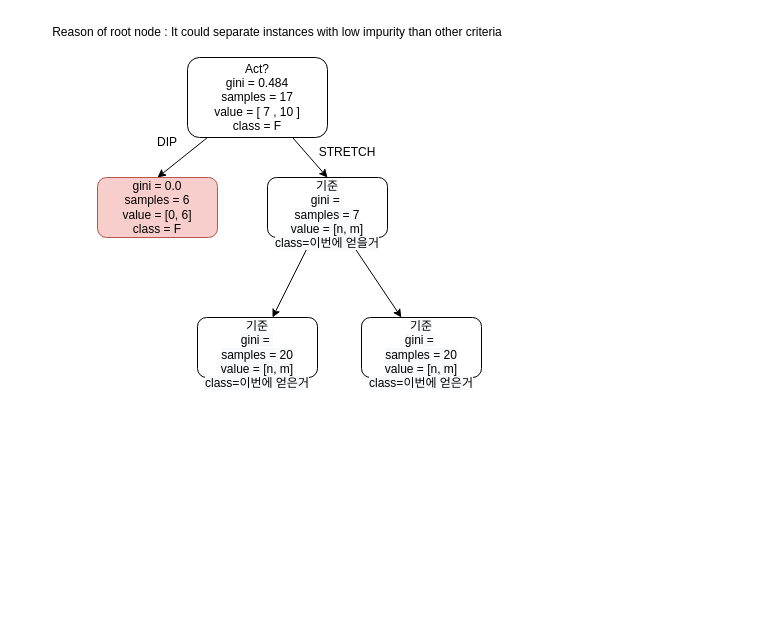
This is Untitled Diagram.drawio from tlfzgjadyd/MachineLearning, a draw.io file, before an edit. Source tidied: cells renumbered, new cells numbered last; positions are measured from the earlier drawing's top-left corner, leaving out a move shared by most shapes. Both pictures are drawn from the tidied source at 100%, with x=0, y=0 at pixel (17, 17).
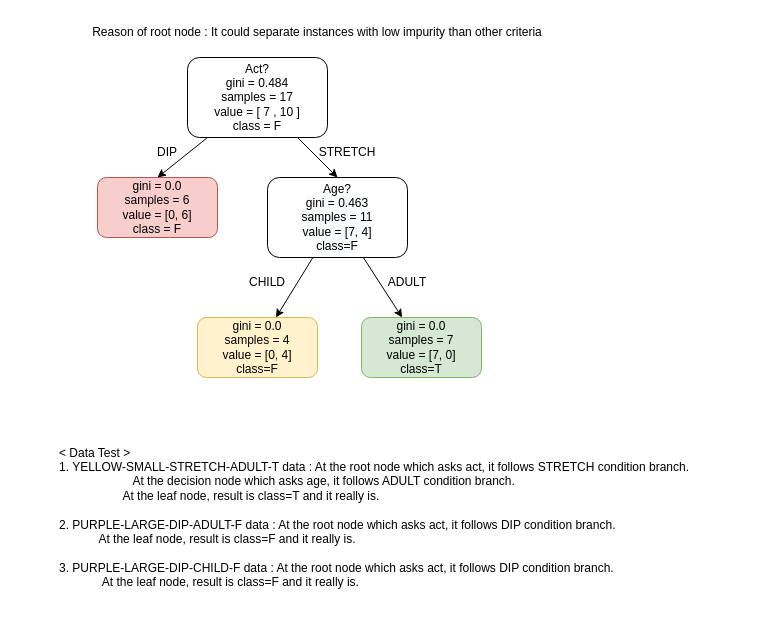
The same page after the edit.

Change to the diagram source:
```diff
@@
 <mxGraphModel>
   <root>
     <mxCell id="0" />
     <mxCell id="1" parent="0" />
     <mxCell id="2" value="Act?&lt;br&gt;gini = 0.484&lt;br&gt;samples = 17&lt;br&gt;value = [ 7 , 10 ]&lt;br&gt;class = F" style="rounded=1;whiteSpace=wrap;html=1;" parent="1" vertex="1">
       <mxGeometry x="170" y="40" width="140" height="80" as="geometry" />
     </mxCell>
     <mxCell id="3" style="endArrow=classic;html=1;rounded=0;" parent="1" edge="1" source="9" target="7">
       <mxGeometry relative="1" as="geometry" />
     </mxCell>
     <mxCell id="4" style="endArrow=classic;html=1;rounded=0;" parent="1" edge="1" source="9" target="8">
       <mxGeometry relative="1" as="geometry" />
     </mxCell>
     <mxCell id="5" style="endArrow=classic;html=1;rounded=0;entryX=0.5;entryY=0;entryDx=0;entryDy=0;" parent="1" edge="1" source="2" target="9">
       <mxGeometry relative="1" as="geometry" />
     </mxCell>
     <mxCell id="6" style="endArrow=classic;html=1;rounded=0;entryX=0.5;entryY=0;entryDx=0;entryDy=0;" parent="1" edge="1" source="2" target="10">
       <mxGeometry relative="1" as="geometry" />
     </mxCell>
-    <mxCell id="7" value="&lt;br&gt;&lt;br&gt;&lt;span style=&quot;color: rgb(0 , 0 , 0) ; font-family: &amp;#34;helvetica&amp;#34; ; font-size: 12px ; font-style: normal ; font-weight: 400 ; letter-spacing: normal ; text-align: center ; text-indent: 0px ; text-transform: none ; word-spacing: 0px ; background-color: rgb(248 , 249 , 250) ; display: inline ; float: none&quot;&gt;기준&lt;/span&gt;&lt;br style=&quot;color: rgb(0 , 0 , 0) ; font-family: &amp;#34;helvetica&amp;#34; ; font-size: 12px ; font-style: normal ; font-weight: 400 ; letter-spacing: normal ; text-align: center ; text-indent: 0px ; text-transform: none ; word-spacing: 0px ; background-color: rgb(248 , 249 , 250)&quot;&gt;&lt;span style=&quot;color: rgb(0 , 0 , 0) ; font-family: &amp;#34;helvetica&amp;#34; ; font-size: 12px ; font-style: normal ; font-weight: 400 ; letter-spacing: normal ; text-align: center ; text-indent: 0px ; text-transform: none ; word-spacing: 0px ; background-color: rgb(248 , 249 , 250) ; display: inline ; float: none&quot;&gt;gini =&amp;nbsp;&lt;/span&gt;&lt;br style=&quot;color: rgb(0 , 0 , 0) ; font-family: &amp;#34;helvetica&amp;#34; ; font-size: 12px ; font-style: normal ; font-weight: 400 ; letter-spacing: normal ; text-align: center ; text-indent: 0px ; text-transform: none ; word-spacing: 0px ; background-color: rgb(248 , 249 , 250)&quot;&gt;&lt;span style=&quot;color: rgb(0 , 0 , 0) ; font-family: &amp;#34;helvetica&amp;#34; ; font-size: 12px ; font-style: normal ; font-weight: 400 ; letter-spacing: normal ; text-align: center ; text-indent: 0px ; text-transform: none ; word-spacing: 0px ; background-color: rgb(248 , 249 , 250) ; display: inline ; float: none&quot;&gt;samples = 20&lt;/span&gt;&lt;br style=&quot;color: rgb(0 , 0 , 0) ; font-family: &amp;#34;helvetica&amp;#34; ; font-size: 12px ; font-style: normal ; font-weight: 400 ; letter-spacing: normal ; text-align: center ; text-indent: 0px ; text-transform: none ; word-spacing: 0px ; background-color: rgb(248 , 249 , 250)&quot;&gt;&lt;span style=&quot;color: rgb(0 , 0 , 0) ; font-family: &amp;#34;helvetica&amp;#34; ; font-size: 12px ; font-style: normal ; font-weight: 400 ; letter-spacing: normal ; text-align: center ; text-indent: 0px ; text-transform: none ; word-spacing: 0px ; background-color: rgb(248 , 249 , 250) ; display: inline ; float: none&quot;&gt;value = [n, m]&lt;/span&gt;&lt;br style=&quot;color: rgb(0 , 0 , 0) ; font-family: &amp;#34;helvetica&amp;#34; ; font-size: 12px ; font-style: normal ; font-weight: 400 ; letter-spacing: normal ; text-align: center ; text-indent: 0px ; text-transform: none ; word-spacing: 0px ; background-color: rgb(248 , 249 , 250)&quot;&gt;&lt;span style=&quot;color: rgb(0 , 0 , 0) ; font-family: &amp;#34;helvetica&amp;#34; ; font-size: 12px ; font-style: normal ; font-weight: 400 ; letter-spacing: normal ; text-align: center ; text-indent: 0px ; text-transform: none ; word-spacing: 0px ; background-color: rgb(248 , 249 , 250) ; display: inline ; float: none&quot;&gt;class=이번에 얻은거&lt;/span&gt;&lt;br style=&quot;color: rgb(0 , 0 , 0) ; font-family: &amp;#34;helvetica&amp;#34; ; font-size: 12px ; font-style: normal ; font-weight: 400 ; letter-spacing: normal ; text-align: center ; text-indent: 0px ; text-transform: none ; word-spacing: 0px ; background-color: rgb(248 , 249 , 250)&quot;&gt;&lt;br&gt;" style="rounded=1;whiteSpace=wrap;html=1;" parent="1" vertex="1">
+    <mxCell id="7" value="&lt;span style=&quot;color: rgb(0 , 0 , 0) ; font-family: &amp;#34;helvetica&amp;#34; ; font-size: 12px ; font-style: normal ; font-weight: 400 ; letter-spacing: normal ; text-align: center ; text-indent: 0px ; text-transform: none ; word-spacing: 0px ; display: inline ; float: none&quot;&gt;gini = 0.0&lt;br&gt;&lt;/span&gt;&lt;span style=&quot;color: rgb(0 , 0 , 0) ; font-family: &amp;#34;helvetica&amp;#34; ; font-size: 12px ; font-style: normal ; font-weight: 400 ; letter-spacing: normal ; text-align: center ; text-indent: 0px ; text-transform: none ; word-spacing: 0px ; display: inline ; float: none&quot;&gt;samples = 4&lt;/span&gt;&lt;br style=&quot;color: rgb(0 , 0 , 0) ; font-family: &amp;#34;helvetica&amp;#34; ; font-size: 12px ; font-style: normal ; font-weight: 400 ; letter-spacing: normal ; text-align: center ; text-indent: 0px ; text-transform: none ; word-spacing: 0px&quot;&gt;&lt;span style=&quot;color: rgb(0 , 0 , 0) ; font-family: &amp;#34;helvetica&amp;#34; ; font-size: 12px ; font-style: normal ; font-weight: 400 ; letter-spacing: normal ; text-align: center ; text-indent: 0px ; text-transform: none ; word-spacing: 0px ; display: inline ; float: none&quot;&gt;value = [0, 4]&lt;/span&gt;&lt;br style=&quot;color: rgb(0 , 0 , 0) ; font-family: &amp;#34;helvetica&amp;#34; ; font-size: 12px ; font-style: normal ; font-weight: 400 ; letter-spacing: normal ; text-align: center ; text-indent: 0px ; text-transform: none ; word-spacing: 0px&quot;&gt;&lt;span style=&quot;color: rgb(0 , 0 , 0) ; font-family: &amp;#34;helvetica&amp;#34; ; font-size: 12px ; font-style: normal ; font-weight: 400 ; letter-spacing: normal ; text-align: center ; text-indent: 0px ; text-transform: none ; word-spacing: 0px ; display: inline ; float: none&quot;&gt;class=F&lt;/span&gt;" style="rounded=1;whiteSpace=wrap;html=1;fillColor=#fff2cc;strokeColor=#d6b656;" parent="1" vertex="1">
       <mxGeometry x="180" y="300" width="120" height="60" as="geometry" />
     </mxCell>
-    <mxCell id="8" value="&lt;br&gt;&lt;br&gt;&lt;span style=&quot;color: rgb(0 , 0 , 0) ; font-family: &amp;#34;helvetica&amp;#34; ; font-size: 12px ; font-style: normal ; font-weight: 400 ; letter-spacing: normal ; text-align: center ; text-indent: 0px ; text-transform: none ; word-spacing: 0px ; background-color: rgb(248 , 249 , 250) ; display: inline ; float: none&quot;&gt;기준&lt;/span&gt;&lt;br style=&quot;color: rgb(0 , 0 , 0) ; font-family: &amp;#34;helvetica&amp;#34; ; font-size: 12px ; font-style: normal ; font-weight: 400 ; letter-spacing: normal ; text-align: center ; text-indent: 0px ; text-transform: none ; word-spacing: 0px ; background-color: rgb(248 , 249 , 250)&quot;&gt;&lt;span style=&quot;color: rgb(0 , 0 , 0) ; font-family: &amp;#34;helvetica&amp;#34; ; font-size: 12px ; font-style: normal ; font-weight: 400 ; letter-spacing: normal ; text-align: center ; text-indent: 0px ; text-transform: none ; word-spacing: 0px ; background-color: rgb(248 , 249 , 250) ; display: inline ; float: none&quot;&gt;gini =&amp;nbsp;&lt;/span&gt;&lt;br style=&quot;color: rgb(0 , 0 , 0) ; font-family: &amp;#34;helvetica&amp;#34; ; font-size: 12px ; font-style: normal ; font-weight: 400 ; letter-spacing: normal ; text-align: center ; text-indent: 0px ; text-transform: none ; word-spacing: 0px ; background-color: rgb(248 , 249 , 250)&quot;&gt;&lt;span style=&quot;color: rgb(0 , 0 , 0) ; font-family: &amp;#34;helvetica&amp;#34; ; font-size: 12px ; font-style: normal ; font-weight: 400 ; letter-spacing: normal ; text-align: center ; text-indent: 0px ; text-transform: none ; word-spacing: 0px ; background-color: rgb(248 , 249 , 250) ; display: inline ; float: none&quot;&gt;samples = 20&lt;/span&gt;&lt;br style=&quot;color: rgb(0 , 0 , 0) ; font-family: &amp;#34;helvetica&amp;#34; ; font-size: 12px ; font-style: normal ; font-weight: 400 ; letter-spacing: normal ; text-align: center ; text-indent: 0px ; text-transform: none ; word-spacing: 0px ; background-color: rgb(248 , 249 , 250)&quot;&gt;&lt;span style=&quot;color: rgb(0 , 0 , 0) ; font-family: &amp;#34;helvetica&amp;#34; ; font-size: 12px ; font-style: normal ; font-weight: 400 ; letter-spacing: normal ; text-align: center ; text-indent: 0px ; text-transform: none ; word-spacing: 0px ; background-color: rgb(248 , 249 , 250) ; display: inline ; float: none&quot;&gt;value = [n, m]&lt;/span&gt;&lt;br style=&quot;color: rgb(0 , 0 , 0) ; font-family: &amp;#34;helvetica&amp;#34; ; font-size: 12px ; font-style: normal ; font-weight: 400 ; letter-spacing: normal ; text-align: center ; text-indent: 0px ; text-transform: none ; word-spacing: 0px ; background-color: rgb(248 , 249 , 250)&quot;&gt;&lt;span style=&quot;color: rgb(0 , 0 , 0) ; font-family: &amp;#34;helvetica&amp;#34; ; font-size: 12px ; font-style: normal ; font-weight: 400 ; letter-spacing: normal ; text-align: center ; text-indent: 0px ; text-transform: none ; word-spacing: 0px ; background-color: rgb(248 , 249 , 250) ; display: inline ; float: none&quot;&gt;class=이번에 얻은거&lt;/span&gt;&lt;br style=&quot;color: rgb(0 , 0 , 0) ; font-family: &amp;#34;helvetica&amp;#34; ; font-size: 12px ; font-style: normal ; font-weight: 400 ; letter-spacing: normal ; text-align: center ; text-indent: 0px ; text-transform: none ; word-spacing: 0px ; background-color: rgb(248 , 249 , 250)&quot;&gt;&lt;br&gt;" style="rounded=1;whiteSpace=wrap;html=1;" parent="1" vertex="1">
+    <mxCell id="8" value="&lt;span style=&quot;color: rgb(0 , 0 , 0) ; font-family: &amp;#34;helvetica&amp;#34; ; font-size: 12px ; font-style: normal ; font-weight: 400 ; letter-spacing: normal ; text-align: center ; text-indent: 0px ; text-transform: none ; word-spacing: 0px ; display: inline ; float: none&quot;&gt;gini = 0.0&lt;br&gt;&lt;/span&gt;&lt;span style=&quot;color: rgb(0 , 0 , 0) ; font-family: &amp;#34;helvetica&amp;#34; ; font-size: 12px ; font-style: normal ; font-weight: 400 ; letter-spacing: normal ; text-align: center ; text-indent: 0px ; text-transform: none ; word-spacing: 0px ; display: inline ; float: none&quot;&gt;samples = 7&lt;/span&gt;&lt;br style=&quot;color: rgb(0 , 0 , 0) ; font-family: &amp;#34;helvetica&amp;#34; ; font-size: 12px ; font-style: normal ; font-weight: 400 ; letter-spacing: normal ; text-align: center ; text-indent: 0px ; text-transform: none ; word-spacing: 0px&quot;&gt;&lt;span style=&quot;color: rgb(0 , 0 , 0) ; font-family: &amp;#34;helvetica&amp;#34; ; font-size: 12px ; font-style: normal ; font-weight: 400 ; letter-spacing: normal ; text-align: center ; text-indent: 0px ; text-transform: none ; word-spacing: 0px ; display: inline ; float: none&quot;&gt;value = [7, 0]&lt;/span&gt;&lt;br style=&quot;color: rgb(0 , 0 , 0) ; font-family: &amp;#34;helvetica&amp;#34; ; font-size: 12px ; font-style: normal ; font-weight: 400 ; letter-spacing: normal ; text-align: center ; text-indent: 0px ; text-transform: none ; word-spacing: 0px&quot;&gt;&lt;span style=&quot;color: rgb(0 , 0 , 0) ; font-family: &amp;#34;helvetica&amp;#34; ; font-size: 12px ; font-style: normal ; font-weight: 400 ; letter-spacing: normal ; text-align: center ; text-indent: 0px ; text-transform: none ; word-spacing: 0px ; display: inline ; float: none&quot;&gt;class=T&lt;/span&gt;" style="rounded=1;whiteSpace=wrap;html=1;fillColor=#d5e8d4;strokeColor=#82b366;" parent="1" vertex="1">
       <mxGeometry x="344" y="300" width="120" height="60" as="geometry" />
     </mxCell>
-    <mxCell id="9" value="&lt;br&gt;&lt;br&gt;&lt;span style=&quot;color: rgb(0 , 0 , 0) ; font-family: &amp;#34;helvetica&amp;#34; ; font-size: 12px ; font-style: normal ; font-weight: 400 ; letter-spacing: normal ; text-align: center ; text-indent: 0px ; text-transform: none ; word-spacing: 0px ; background-color: rgb(248 , 249 , 250) ; display: inline ; float: none&quot;&gt;기준&lt;/span&gt;&lt;br style=&quot;color: rgb(0 , 0 , 0) ; font-family: &amp;#34;helvetica&amp;#34; ; font-size: 12px ; font-style: normal ; font-weight: 400 ; letter-spacing: normal ; text-align: center ; text-indent: 0px ; text-transform: none ; word-spacing: 0px ; background-color: rgb(248 , 249 , 250)&quot;&gt;&lt;span style=&quot;color: rgb(0 , 0 , 0) ; font-family: &amp;#34;helvetica&amp;#34; ; font-size: 12px ; font-style: normal ; font-weight: 400 ; letter-spacing: normal ; text-align: center ; text-indent: 0px ; text-transform: none ; word-spacing: 0px ; background-color: rgb(248 , 249 , 250) ; display: inline ; float: none&quot;&gt;gini =&amp;nbsp;&lt;/span&gt;&lt;br style=&quot;color: rgb(0 , 0 , 0) ; font-family: &amp;#34;helvetica&amp;#34; ; font-size: 12px ; font-style: normal ; font-weight: 400 ; letter-spacing: normal ; text-align: center ; text-indent: 0px ; text-transform: none ; word-spacing: 0px ; background-color: rgb(248 , 249 , 250)&quot;&gt;&lt;span style=&quot;color: rgb(0 , 0 , 0) ; font-family: &amp;#34;helvetica&amp;#34; ; font-size: 12px ; font-style: normal ; font-weight: 400 ; letter-spacing: normal ; text-align: center ; text-indent: 0px ; text-transform: none ; word-spacing: 0px ; background-color: rgb(248 , 249 , 250) ; display: inline ; float: none&quot;&gt;samples = 7&lt;/span&gt;&lt;br style=&quot;color: rgb(0 , 0 , 0) ; font-family: &amp;#34;helvetica&amp;#34; ; font-size: 12px ; font-style: normal ; font-weight: 400 ; letter-spacing: normal ; text-align: center ; text-indent: 0px ; text-transform: none ; word-spacing: 0px ; background-color: rgb(248 , 249 , 250)&quot;&gt;&lt;span style=&quot;color: rgb(0 , 0 , 0) ; font-family: &amp;#34;helvetica&amp;#34; ; font-size: 12px ; font-style: normal ; font-weight: 400 ; letter-spacing: normal ; text-align: center ; text-indent: 0px ; text-transform: none ; word-spacing: 0px ; background-color: rgb(248 , 249 , 250) ; display: inline ; float: none&quot;&gt;value = [n, m]&lt;/span&gt;&lt;br style=&quot;color: rgb(0 , 0 , 0) ; font-family: &amp;#34;helvetica&amp;#34; ; font-size: 12px ; font-style: normal ; font-weight: 400 ; letter-spacing: normal ; text-align: center ; text-indent: 0px ; text-transform: none ; word-spacing: 0px ; background-color: rgb(248 , 249 , 250)&quot;&gt;&lt;span style=&quot;color: rgb(0 , 0 , 0) ; font-family: &amp;#34;helvetica&amp;#34; ; font-size: 12px ; font-style: normal ; font-weight: 400 ; letter-spacing: normal ; text-align: center ; text-indent: 0px ; text-transform: none ; word-spacing: 0px ; background-color: rgb(248 , 249 , 250) ; display: inline ; float: none&quot;&gt;class=이번에 얻을거&lt;/span&gt;&lt;br style=&quot;color: rgb(0 , 0 , 0) ; font-family: &amp;#34;helvetica&amp;#34; ; font-size: 12px ; font-style: normal ; font-weight: 400 ; letter-spacing: normal ; text-align: center ; text-indent: 0px ; text-transform: none ; word-spacing: 0px ; background-color: rgb(248 , 249 , 250)&quot;&gt;&lt;br&gt;" style="rounded=1;whiteSpace=wrap;html=1;" parent="1" vertex="1">
-      <mxGeometry x="250" y="160" width="120" height="60" as="geometry" />
+    <mxCell id="9" value="&lt;font face=&quot;helvetica&quot;&gt;Age?&lt;/font&gt;&lt;br style=&quot;color: rgb(0 , 0 , 0) ; font-family: &amp;#34;helvetica&amp;#34; ; font-size: 12px ; font-style: normal ; font-weight: 400 ; letter-spacing: normal ; text-align: center ; text-indent: 0px ; text-transform: none ; word-spacing: 0px ; background-color: rgb(248 , 249 , 250)&quot;&gt;&lt;span style=&quot;color: rgb(0 , 0 , 0) ; font-family: &amp;#34;helvetica&amp;#34; ; font-size: 12px ; font-style: normal ; font-weight: 400 ; letter-spacing: normal ; text-align: center ; text-indent: 0px ; text-transform: none ; word-spacing: 0px ; background-color: rgb(248 , 249 , 250) ; display: inline ; float: none&quot;&gt;gini = 0.463&lt;/span&gt;&lt;br style=&quot;color: rgb(0 , 0 , 0) ; font-family: &amp;#34;helvetica&amp;#34; ; font-size: 12px ; font-style: normal ; font-weight: 400 ; letter-spacing: normal ; text-align: center ; text-indent: 0px ; text-transform: none ; word-spacing: 0px ; background-color: rgb(248 , 249 , 250)&quot;&gt;&lt;span style=&quot;color: rgb(0 , 0 , 0) ; font-family: &amp;#34;helvetica&amp;#34; ; font-size: 12px ; font-style: normal ; font-weight: 400 ; letter-spacing: normal ; text-align: center ; text-indent: 0px ; text-transform: none ; word-spacing: 0px ; background-color: rgb(248 , 249 , 250) ; display: inline ; float: none&quot;&gt;samples = 11&lt;/span&gt;&lt;br style=&quot;color: rgb(0 , 0 , 0) ; font-family: &amp;#34;helvetica&amp;#34; ; font-size: 12px ; font-style: normal ; font-weight: 400 ; letter-spacing: normal ; text-align: center ; text-indent: 0px ; text-transform: none ; word-spacing: 0px ; background-color: rgb(248 , 249 , 250)&quot;&gt;&lt;span style=&quot;color: rgb(0 , 0 , 0) ; font-family: &amp;#34;helvetica&amp;#34; ; font-size: 12px ; font-style: normal ; font-weight: 400 ; letter-spacing: normal ; text-align: center ; text-indent: 0px ; text-transform: none ; word-spacing: 0px ; background-color: rgb(248 , 249 , 250) ; display: inline ; float: none&quot;&gt;value = [7, 4]&lt;/span&gt;&lt;br style=&quot;color: rgb(0 , 0 , 0) ; font-family: &amp;#34;helvetica&amp;#34; ; font-size: 12px ; font-style: normal ; font-weight: 400 ; letter-spacing: normal ; text-align: center ; text-indent: 0px ; text-transform: none ; word-spacing: 0px ; background-color: rgb(248 , 249 , 250)&quot;&gt;&lt;span style=&quot;color: rgb(0 , 0 , 0) ; font-family: &amp;#34;helvetica&amp;#34; ; font-size: 12px ; font-style: normal ; font-weight: 400 ; letter-spacing: normal ; text-align: center ; text-indent: 0px ; text-transform: none ; word-spacing: 0px ; background-color: rgb(248 , 249 , 250) ; display: inline ; float: none&quot;&gt;class=F&lt;/span&gt;" style="rounded=1;whiteSpace=wrap;html=1;" parent="1" vertex="1">
+      <mxGeometry x="250" y="160" width="140" height="80" as="geometry" />
     </mxCell>
     <mxCell id="10" value="&lt;span&gt;gini = 0.0&lt;/span&gt;&lt;br&gt;&lt;span&gt;samples = 6&lt;/span&gt;&lt;br&gt;&lt;span&gt;value = [0, 6]&lt;/span&gt;&lt;br&gt;&lt;span&gt;class = F&lt;/span&gt;" style="rounded=1;whiteSpace=wrap;html=1;fillColor=#f8cecc;strokeColor=#b85450;" parent="1" vertex="1">
       <mxGeometry x="80" y="160" width="120" height="60" as="geometry" />
     </mxCell>
     <mxCell id="11" value="DIP" style="text;html=1;strokeColor=none;fillColor=none;align=center;verticalAlign=middle;whiteSpace=wrap;rounded=0;" parent="1" vertex="1">
-      <mxGeometry x="120" y="110" width="60" height="30" as="geometry" />
+      <mxGeometry x="120" y="120" width="60" height="30" as="geometry" />
     </mxCell>
     <mxCell id="12" value="STRETCH" style="text;html=1;strokeColor=none;fillColor=none;align=center;verticalAlign=middle;whiteSpace=wrap;rounded=0;" parent="1" vertex="1">
       <mxGeometry x="300" y="120" width="60" height="30" as="geometry" />
     </mxCell>
     <mxCell id="13" value="Reason of root node : It could separate instances with low impurity than other&amp;nbsp;criteria" style="text;html=1;strokeColor=none;fillColor=none;align=center;verticalAlign=middle;whiteSpace=wrap;rounded=0;" parent="1" vertex="1">
-      <mxGeometry width="520" height="30" as="geometry" />
+      <mxGeometry x="40" width="520" height="30" as="geometry" />
     </mxCell>
+    <mxCell id="14" value="CHILD" style="text;html=1;strokeColor=none;fillColor=none;align=center;verticalAlign=middle;whiteSpace=wrap;rounded=0;" parent="1" vertex="1">
+      <mxGeometry x="220" y="250" width="60" height="30" as="geometry" />
+    </mxCell>
+    <mxCell id="15" value="ADULT" style="text;html=1;strokeColor=none;fillColor=none;align=center;verticalAlign=middle;whiteSpace=wrap;rounded=0;" parent="1" vertex="1">
+      <mxGeometry x="360" y="250" width="60" height="30" as="geometry" />
+    </mxCell>
+    <mxCell id="16" value="&amp;lt; Data Test &amp;gt;&lt;br&gt;1. YELLOW-SMALL-STRETCH-ADULT-T data : At the root node which asks act, it follows STRETCH condition branch.&lt;br&gt;&amp;nbsp; &amp;nbsp; &lt;span&gt; &lt;/span&gt;&lt;span&gt; &lt;/span&gt;&lt;span&gt; &lt;/span&gt;&lt;span&gt; &lt;/span&gt;&lt;span&gt; &lt;/span&gt;&lt;span&gt; &lt;/span&gt;&lt;span&gt; &lt;/span&gt;&lt;span&gt; &lt;/span&gt;&lt;span&gt; &lt;/span&gt;&amp;nbsp; &amp;nbsp; &amp;nbsp;&lt;span style=&quot;white-space: pre&quot;&gt; &lt;/span&gt;&lt;span style=&quot;white-space: pre&quot;&gt; &lt;/span&gt;&lt;span style=&quot;white-space: pre&quot;&gt; &lt;/span&gt;&lt;span style=&quot;white-space: pre&quot;&gt; &lt;/span&gt;&lt;span style=&quot;white-space: pre&quot;&gt; &lt;/span&gt;&lt;span style=&quot;white-space: pre&quot;&gt; &lt;/span&gt;&lt;span style=&quot;white-space: pre&quot;&gt; &lt;/span&gt;&lt;span style=&quot;white-space: pre&quot;&gt; &lt;/span&gt;&amp;nbsp; &amp;nbsp; &amp;nbsp;At the decision node which asks age, it follows ADULT condition branch.&lt;br&gt;&lt;span&gt; &lt;/span&gt;&lt;span&gt; &lt;/span&gt;&lt;span&gt; &lt;/span&gt;&lt;span&gt; &lt;/span&gt;&lt;span&gt; &lt;/span&gt;&lt;span&gt; &lt;/span&gt;&lt;span&gt; &lt;/span&gt;&lt;span&gt; &lt;/span&gt;&lt;span&gt; &lt;/span&gt;&amp;nbsp; &amp;nbsp; &amp;nbsp;&lt;span style=&quot;white-space: pre&quot;&gt; &lt;/span&gt;&lt;span style=&quot;white-space: pre&quot;&gt; &lt;/span&gt;&lt;span style=&quot;white-space: pre&quot;&gt; &lt;/span&gt;&lt;span style=&quot;white-space: pre&quot;&gt; &lt;/span&gt;&lt;span style=&quot;white-space: pre&quot;&gt; &lt;/span&gt;&lt;span style=&quot;white-space: pre&quot;&gt; &lt;/span&gt;&lt;span style=&quot;white-space: pre&quot;&gt; &lt;/span&gt;&lt;span style=&quot;white-space: pre&quot;&gt; &lt;/span&gt;&lt;span style=&quot;white-space: pre&quot;&gt; &lt;/span&gt;&amp;nbsp; &amp;nbsp; &amp;nbsp;At the leaf node, result is class=T and it really is.&lt;br&gt;&lt;br&gt;2. PURPLE-LARGE-DIP-ADULT-F data : At the root node which asks act, it follows DIP condition branch.&lt;br&gt;&amp;nbsp; &lt;span style=&quot;white-space: pre&quot;&gt; &lt;/span&gt;&lt;span style=&quot;white-space: pre&quot;&gt; &lt;/span&gt;&lt;span style=&quot;white-space: pre&quot;&gt; &lt;/span&gt;&lt;span style=&quot;white-space: pre&quot;&gt; &lt;/span&gt;&lt;span style=&quot;white-space: pre&quot;&gt; &lt;/span&gt;&lt;span style=&quot;white-space: pre&quot;&gt; &lt;/span&gt;&lt;span style=&quot;white-space: pre&quot;&gt; &lt;/span&gt;&lt;span style=&quot;white-space: pre&quot;&gt; &lt;/span&gt;&amp;nbsp; At the leaf node, result is class=F and it really is.&lt;br&gt;&lt;br&gt;3. PURPLE-LARGE-DIP-CHILD-F data : At the root node which asks act, it follows DIP condition branch.&lt;br&gt;&amp;nbsp; &amp;nbsp;&lt;span style=&quot;white-space: pre&quot;&gt; &lt;/span&gt;&lt;span style=&quot;white-space: pre&quot;&gt; &lt;/span&gt;&lt;span style=&quot;white-space: pre&quot;&gt; &lt;/span&gt;&lt;span style=&quot;white-space: pre&quot;&gt; &lt;/span&gt;&lt;span style=&quot;white-space: pre&quot;&gt; &lt;/span&gt;&lt;span style=&quot;white-space: pre&quot;&gt; &lt;/span&gt;&lt;span style=&quot;white-space: pre&quot;&gt; &lt;/span&gt;&lt;span style=&quot;white-space: pre&quot;&gt; &lt;/span&gt;&amp;nbsp; At the leaf node, result is class=F and it really is." style="text;html=1;strokeColor=none;fillColor=none;align=left;verticalAlign=middle;whiteSpace=wrap;rounded=0;" parent="1" vertex="1">
+      <mxGeometry x="40" y="400" width="690" height="200" as="geometry" />
+    </mxCell>
   </root>
 </mxGraphModel>
```
